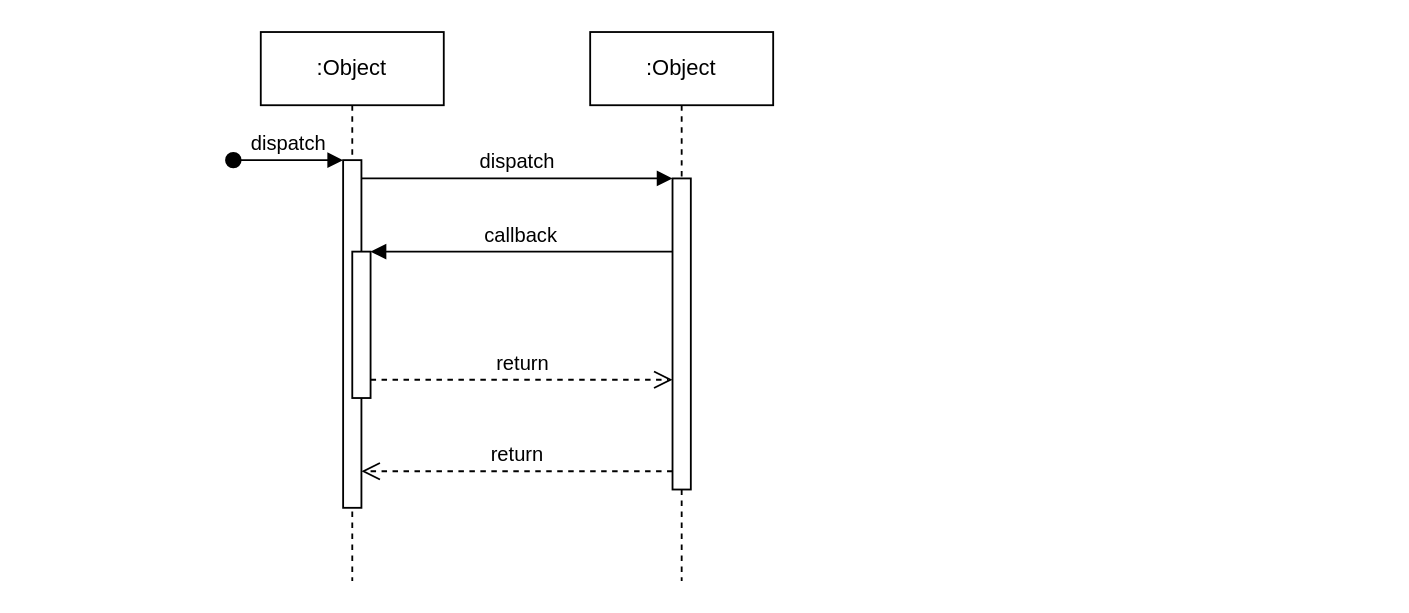
Earlier version of the draw.io diagram addLiquidity.drawio (xphil-22/drawIoBackup). Source tidied: cells renumbered, new cells numbered last; positions are measured from the earlier drawing's top-left corner, leaving out a move shared by most shapes. Both pictures are drawn from the tidied source at 183%, with x=0, y=0 at pixel (232, 31).
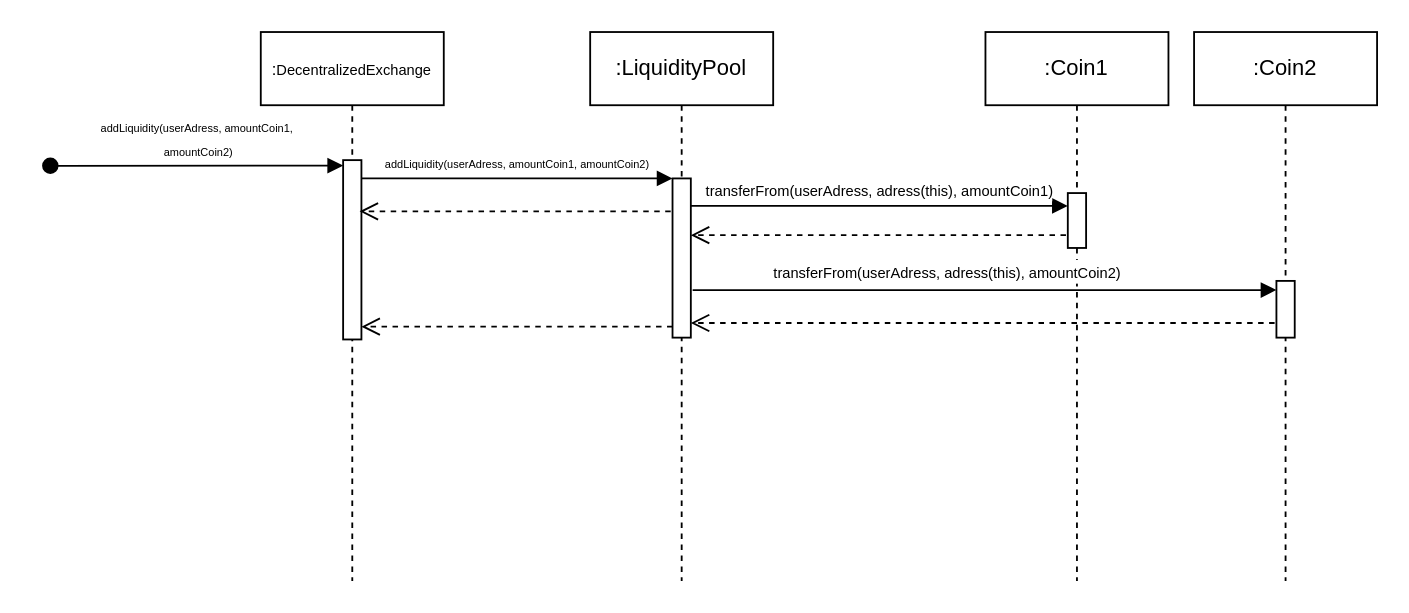
The same diagram, later.

What changed in the source:
```diff
@@
-    <mxCell id="2" value=":Object" style="shape=umlLifeline;perimeter=lifelinePerimeter;whiteSpace=wrap;html=1;newEdgeStyle={&quot;edgeStyle&quot;:&quot;elbowEdgeStyle&quot;,&quot;elbow&quot;:&quot;vertical&quot;,&quot;curved&quot;:0,&quot;rounded&quot;:0};" parent="1" vertex="1">
+    <mxCell id="2" value="&lt;font style=&quot;font-size: 9px;&quot;&gt;:&lt;/font&gt;&lt;font style=&quot;font-size: 8px;&quot;&gt;DecentralizedExchange&lt;/font&gt;" style="shape=umlLifeline;perimeter=lifelinePerimeter;whiteSpace=wrap;html=1;newEdgeStyle={&quot;edgeStyle&quot;:&quot;elbowEdgeStyle&quot;,&quot;elbow&quot;:&quot;vertical&quot;,&quot;curved&quot;:0,&quot;rounded&quot;:0};" parent="1" vertex="1">
       <mxGeometry x="15" width="100" height="300" as="geometry" />
     </mxCell>
     <mxCell id="3" style="html=1;points=[];perimeter=orthogonalPerimeter;outlineConnect=0;targetShapes=umlLifeline;portConstraint=eastwest;newEdgeStyle={&quot;edgeStyle&quot;:&quot;elbowEdgeStyle&quot;,&quot;elbow&quot;:&quot;vertical&quot;,&quot;curved&quot;:0,&quot;rounded&quot;:0};" parent="2" vertex="1">
-      <mxGeometry x="45" y="70" width="10" height="190" as="geometry" />
+      <mxGeometry x="45" y="70" width="10" height="98" as="geometry" />
     </mxCell>
-    <mxCell id="4" value="dispatch" style="html=1;verticalAlign=bottom;startArrow=oval;endArrow=block;startSize=8;edgeStyle=elbowEdgeStyle;elbow=vertical;curved=0;rounded=0;" parent="2" edge="1" target="3">
+    <mxCell id="4" value="&lt;div&gt;&lt;font style=&quot;font-size: 6px;&quot;&gt;addLiquidity(userAdress, amountCoin1,&lt;/font&gt;&lt;/div&gt;&lt;div&gt;&lt;font style=&quot;font-size: 6px;&quot;&gt;&amp;nbsp;amountCoin2)&lt;/font&gt;&lt;/div&gt;" style="html=1;verticalAlign=bottom;startArrow=oval;endArrow=block;startSize=8;edgeStyle=elbowEdgeStyle;elbow=vertical;curved=0;rounded=0;" parent="2" edge="1">
       <mxGeometry relative="1" as="geometry">
-        <mxPoint x="-15" y="70" as="sourcePoint" />
+        <mxPoint x="-115" y="73.1" as="sourcePoint" />
+        <mxPoint x="45" y="73.1" as="targetPoint" />
       </mxGeometry>
     </mxCell>
-    <mxCell id="5" style="html=1;points=[];perimeter=orthogonalPerimeter;outlineConnect=0;targetShapes=umlLifeline;portConstraint=eastwest;newEdgeStyle={&quot;edgeStyle&quot;:&quot;elbowEdgeStyle&quot;,&quot;elbow&quot;:&quot;vertical&quot;,&quot;curved&quot;:0,&quot;rounded&quot;:0};" parent="2" vertex="1">
-      <mxGeometry x="50" y="120" width="10" height="80" as="geometry" />
-    </mxCell>
-    <mxCell id="6" value=":Object" style="shape=umlLifeline;perimeter=lifelinePerimeter;whiteSpace=wrap;html=1;newEdgeStyle={&quot;edgeStyle&quot;:&quot;elbowEdgeStyle&quot;,&quot;elbow&quot;:&quot;vertical&quot;,&quot;curved&quot;:0,&quot;rounded&quot;:0};" parent="1" vertex="1">
+    <mxCell id="6" value=":LiquidityPool" style="shape=umlLifeline;perimeter=lifelinePerimeter;whiteSpace=wrap;html=1;newEdgeStyle={&quot;edgeStyle&quot;:&quot;elbowEdgeStyle&quot;,&quot;elbow&quot;:&quot;vertical&quot;,&quot;curved&quot;:0,&quot;rounded&quot;:0};" parent="1" vertex="1">
       <mxGeometry x="195" width="100" height="300" as="geometry" />
     </mxCell>
     <mxCell id="7" style="html=1;points=[];perimeter=orthogonalPerimeter;outlineConnect=0;targetShapes=umlLifeline;portConstraint=eastwest;newEdgeStyle={&quot;edgeStyle&quot;:&quot;elbowEdgeStyle&quot;,&quot;elbow&quot;:&quot;vertical&quot;,&quot;curved&quot;:0,&quot;rounded&quot;:0};" parent="6" vertex="1">
-      <mxGeometry x="45" y="80" width="10" height="170" as="geometry" />
+      <mxGeometry x="45" y="80" width="10" height="87" as="geometry" />
     </mxCell>
-    <mxCell id="8" value="dispatch" style="html=1;verticalAlign=bottom;endArrow=block;edgeStyle=elbowEdgeStyle;elbow=vertical;curved=0;rounded=0;" parent="1" edge="1" source="3" target="7">
+    <mxCell id="8" value="&lt;div&gt;&lt;font style=&quot;font-size: 6px;&quot;&gt;addLiquidity(userAdress, amountCoin1, amountCoin2)&lt;/font&gt;&lt;/div&gt;" style="html=1;verticalAlign=bottom;endArrow=block;edgeStyle=elbowEdgeStyle;elbow=vertical;curved=0;rounded=0;" parent="1" edge="1" source="3" target="7">
       <mxGeometry relative="1" as="geometry">
         <Array as="points">
           <mxPoint x="155" y="80" />
         </Array>
       </mxGeometry>
     </mxCell>
-    <mxCell id="9" value="return" style="html=1;verticalAlign=bottom;endArrow=open;dashed=1;endSize=8;edgeStyle=elbowEdgeStyle;elbow=vertical;curved=0;rounded=0;" parent="1" edge="1" source="7" target="3">
+    <mxCell id="9" style="html=1;verticalAlign=bottom;endArrow=open;dashed=1;endSize=8;edgeStyle=elbowEdgeStyle;elbow=vertical;curved=0;rounded=0;" parent="1" edge="1">
       <mxGeometry relative="1" as="geometry">
+        <mxPoint x="239" y="98" as="sourcePoint" />
+        <mxPoint x="69" y="98" as="targetPoint" />
         <Array as="points">
-          <mxPoint x="165" y="240" />
+          <mxPoint x="164" y="98" />
         </Array>
       </mxGeometry>
     </mxCell>
-    <mxCell id="10" value="callback" style="html=1;verticalAlign=bottom;endArrow=block;edgeStyle=elbowEdgeStyle;elbow=vertical;curved=0;rounded=0;" parent="1" edge="1" source="7" target="5">
-      <mxGeometry relative="1" as="geometry">
-        <Array as="points">
-          <mxPoint x="165" y="120" />
-        </Array>
-      </mxGeometry>
-    </mxCell>
-    <mxCell id="11" value="return" style="html=1;verticalAlign=bottom;endArrow=open;dashed=1;endSize=8;edgeStyle=elbowEdgeStyle;elbow=vertical;curved=0;rounded=0;" parent="1" edge="1" source="5" target="7">
-      <mxGeometry relative="1" as="geometry">
-        <Array as="points">
-          <mxPoint x="155" y="190" />
-        </Array>
-      </mxGeometry>
-    </mxCell>
+    <mxCell id="12" value=":Coin1" style="shape=umlLifeline;perimeter=lifelinePerimeter;whiteSpace=wrap;html=1;newEdgeStyle={&quot;edgeStyle&quot;:&quot;elbowEdgeStyle&quot;,&quot;elbow&quot;:&quot;vertical&quot;,&quot;curved&quot;:0,&quot;rounded&quot;:0};" parent="1" vertex="1">
+      <mxGeometry x="411" width="100" height="300" as="geometry" />
+    </mxCell>
+    <mxCell id="13" style="html=1;points=[];perimeter=orthogonalPerimeter;outlineConnect=0;targetShapes=umlLifeline;portConstraint=eastwest;newEdgeStyle={&quot;edgeStyle&quot;:&quot;elbowEdgeStyle&quot;,&quot;elbow&quot;:&quot;vertical&quot;,&quot;curved&quot;:0,&quot;rounded&quot;:0};" parent="12" vertex="1">
+      <mxGeometry x="45" y="88" width="10" height="30" as="geometry" />
+    </mxCell>
+    <mxCell id="14" value=":Coin2" style="shape=umlLifeline;perimeter=lifelinePerimeter;whiteSpace=wrap;html=1;newEdgeStyle={&quot;edgeStyle&quot;:&quot;elbowEdgeStyle&quot;,&quot;elbow&quot;:&quot;vertical&quot;,&quot;curved&quot;:0,&quot;rounded&quot;:0};" parent="1" vertex="1">
+      <mxGeometry x="525" width="100" height="300" as="geometry" />
+    </mxCell>
+    <mxCell id="15" style="html=1;points=[];perimeter=orthogonalPerimeter;outlineConnect=0;targetShapes=umlLifeline;portConstraint=eastwest;newEdgeStyle={&quot;edgeStyle&quot;:&quot;elbowEdgeStyle&quot;,&quot;elbow&quot;:&quot;vertical&quot;,&quot;curved&quot;:0,&quot;rounded&quot;:0};" parent="14" vertex="1">
+      <mxGeometry x="45" y="136" width="10" height="31" as="geometry" />
+    </mxCell>
+    <mxCell id="16" value="&lt;div&gt;&lt;font style=&quot;font-size: 8px;&quot;&gt;transferFrom(userAdress, adress(this), amountCoin1)&lt;/font&gt;&lt;/div&gt;" style="html=1;verticalAlign=bottom;endArrow=block;edgeStyle=elbowEdgeStyle;elbow=vertical;curved=0;rounded=0;" parent="1" edge="1" target="13">
+      <mxGeometry relative="1" as="geometry">
+        <mxPoint x="250" y="95" as="sourcePoint" />
+        <Array as="points">
+          <mxPoint x="335" y="95" />
+        </Array>
+      </mxGeometry>
+    </mxCell>
+    <mxCell id="17" value="&lt;div&gt;&lt;font style=&quot;font-size: 8px;&quot;&gt;transferFrom(userAdress, adress(this), amountCoin2)&lt;/font&gt;&lt;/div&gt;" style="html=1;verticalAlign=bottom;endArrow=block;edgeStyle=elbowEdgeStyle;elbow=vertical;curved=0;rounded=0;" parent="1" edge="1" target="15">
+      <mxGeometry x="-0.13" y="1" relative="1" as="geometry">
+        <mxPoint x="251" y="141" as="sourcePoint" />
+        <Array as="points">
+          <mxPoint x="336" y="141" />
+        </Array>
+      </mxGeometry>
+    </mxCell>
+    <mxCell id="18" style="html=1;verticalAlign=bottom;endArrow=open;dashed=1;endSize=8;edgeStyle=elbowEdgeStyle;elbow=vertical;curved=0;rounded=0;" parent="1" edge="1" target="7">
+      <mxGeometry relative="1" as="geometry">
+        <mxPoint x="455" y="111" as="sourcePoint" />
+        <Array as="points">
+          <mxPoint x="380" y="111" />
+        </Array>
+      </mxGeometry>
+    </mxCell>
+    <mxCell id="19" style="html=1;verticalAlign=bottom;endArrow=open;dashed=1;endSize=8;edgeStyle=elbowEdgeStyle;elbow=vertical;curved=0;rounded=0;" parent="1" edge="1" target="7">
+      <mxGeometry relative="1" as="geometry">
+        <mxPoint x="569" y="159" as="sourcePoint" />
+        <Array as="points">
+          <mxPoint x="494" y="159" />
+        </Array>
+      </mxGeometry>
+    </mxCell>
+    <mxCell id="20" style="html=1;verticalAlign=bottom;endArrow=open;dashed=1;endSize=8;edgeStyle=elbowEdgeStyle;elbow=vertical;curved=0;rounded=0;" parent="1" edge="1">
+      <mxGeometry relative="1" as="geometry">
+        <mxPoint x="240" y="161" as="sourcePoint" />
+        <mxPoint x="70" y="161" as="targetPoint" />
+        <Array as="points">
+          <mxPoint x="165" y="161" />
+        </Array>
+      </mxGeometry>
+    </mxCell>
```
